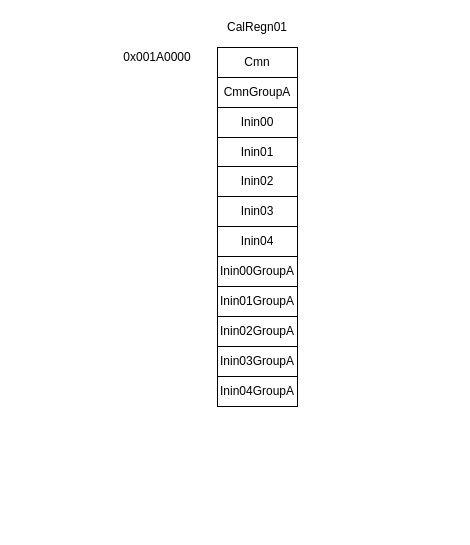
herder883/test keeps this draw.io diagram as Untitled Diagram.drawio. Above is the earlier version. Source tidied: cells renumbered, new cells numbered last; positions are measured from the earlier drawing's top-left corner, leaving out a move shared by most shapes. Both pictures are drawn from the tidied source at 100%, with x=0, y=0 at pixel (137, 17).
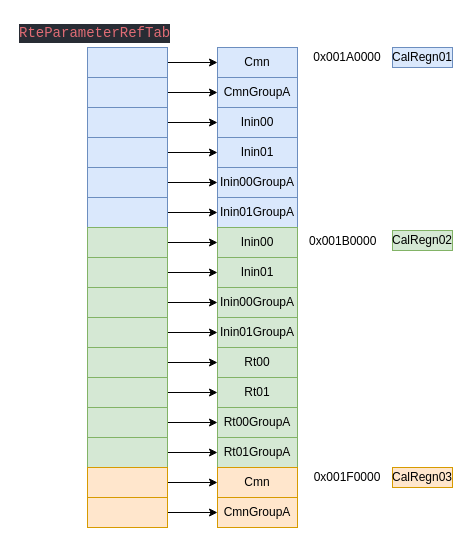
The same page after the edit.

Change to the diagram source:
```diff
@@
-    <mxCell id="2" value="Cmn" style="rounded=0;whiteSpace=wrap;html=1;imageWidth=29;imageHeight=30;" parent="1" vertex="1">
+    <mxCell id="2" value="Cmn" style="rounded=0;whiteSpace=wrap;html=1;imageWidth=29;imageHeight=30;fillColor=#dae8fc;strokeColor=#6c8ebf;" parent="1" vertex="1">
       <mxGeometry x="80" y="30" width="80" height="30" as="geometry" />
     </mxCell>
-    <mxCell id="3" value="CmnGroupA" style="rounded=0;whiteSpace=wrap;html=1;imageWidth=29;imageHeight=30;" parent="1" vertex="1">
+    <mxCell id="3" value="CmnGroupA" style="rounded=0;whiteSpace=wrap;html=1;imageWidth=29;imageHeight=30;fillColor=#dae8fc;strokeColor=#6c8ebf;" parent="1" vertex="1">
       <mxGeometry x="80" y="60" width="80" height="30" as="geometry" />
     </mxCell>
-    <mxCell id="4" value="Inin00" style="rounded=0;whiteSpace=wrap;html=1;imageWidth=29;imageHeight=30;" parent="1" vertex="1">
+    <mxCell id="4" value="Inin00" style="rounded=0;whiteSpace=wrap;html=1;imageWidth=29;imageHeight=30;fillColor=#dae8fc;strokeColor=#6c8ebf;" parent="1" vertex="1">
       <mxGeometry x="80" y="90" width="80" height="30" as="geometry" />
     </mxCell>
-    <mxCell id="5" value="Inin01" style="rounded=0;whiteSpace=wrap;html=1;imageWidth=29;imageHeight=30;" parent="1" vertex="1">
+    <mxCell id="5" value="Inin01" style="rounded=0;whiteSpace=wrap;html=1;imageWidth=29;imageHeight=30;fillColor=#dae8fc;strokeColor=#6c8ebf;" parent="1" vertex="1">
       <mxGeometry x="80" y="120" width="80" height="30" as="geometry" />
     </mxCell>
-    <mxCell id="6" value="Inin02" style="rounded=0;whiteSpace=wrap;html=1;imageWidth=29;imageHeight=30;" parent="1" vertex="1">
-      <mxGeometry x="80" y="149" width="80" height="30" as="geometry" />
-    </mxCell>
-    <mxCell id="7" value="Inin03" style="rounded=0;whiteSpace=wrap;html=1;imageWidth=29;imageHeight=30;" parent="1" vertex="1">
-      <mxGeometry x="80" y="179" width="80" height="30" as="geometry" />
-    </mxCell>
-    <mxCell id="8" value="Inin04" style="rounded=0;whiteSpace=wrap;html=1;imageWidth=29;imageHeight=30;" parent="1" vertex="1">
-      <mxGeometry x="80" y="209" width="80" height="30" as="geometry" />
-    </mxCell>
-    <mxCell id="9" value="Inin00GroupA" style="rounded=0;whiteSpace=wrap;html=1;imageWidth=29;imageHeight=30;" parent="1" vertex="1">
-      <mxGeometry x="80" y="239" width="80" height="30" as="geometry" />
+    <mxCell id="9" value="Inin00GroupA" style="rounded=0;whiteSpace=wrap;html=1;imageWidth=29;imageHeight=30;fillColor=#dae8fc;strokeColor=#6c8ebf;" parent="1" vertex="1">
+      <mxGeometry x="80" y="150" width="80" height="30" as="geometry" />
     </mxCell>
-    <mxCell id="10" value="Inin01GroupA" style="rounded=0;whiteSpace=wrap;html=1;imageWidth=29;imageHeight=30;" parent="1" vertex="1">
-      <mxGeometry x="80" y="269" width="80" height="30" as="geometry" />
+    <mxCell id="10" value="Inin01GroupA" style="rounded=0;whiteSpace=wrap;html=1;imageWidth=29;imageHeight=30;fillColor=#dae8fc;strokeColor=#6c8ebf;" parent="1" vertex="1">
+      <mxGeometry x="80" y="180" width="80" height="30" as="geometry" />
     </mxCell>
-    <mxCell id="11" value="Inin02GroupA" style="rounded=0;whiteSpace=wrap;html=1;imageWidth=29;imageHeight=30;" parent="1" vertex="1">
-      <mxGeometry x="80" y="299" width="80" height="30" as="geometry" />
-    </mxCell>
-    <mxCell id="12" value="Inin03GroupA" style="rounded=0;whiteSpace=wrap;html=1;imageWidth=29;imageHeight=30;" parent="1" vertex="1">
-      <mxGeometry x="80" y="329" width="80" height="30" as="geometry" />
-    </mxCell>
-    <mxCell id="13" value="Inin04GroupA" style="rounded=0;whiteSpace=wrap;html=1;imageWidth=29;imageHeight=30;arcSize=15;" parent="1" vertex="1">
-      <mxGeometry x="80" y="359" width="80" height="30" as="geometry" />
-    </mxCell>
     <mxCell id="14" value="0x001A0000" style="text;html=1;strokeColor=none;fillColor=none;align=center;verticalAlign=middle;whiteSpace=wrap;rounded=0;" parent="1" vertex="1">
-      <mxGeometry y="30" width="40" height="20" as="geometry" />
+      <mxGeometry x="190" y="30" width="40" height="20" as="geometry" />
     </mxCell>
-    <mxCell id="15" value="CalRegn01" style="text;html=1;strokeColor=none;fillColor=none;align=center;verticalAlign=middle;whiteSpace=wrap;rounded=0;" parent="1" vertex="1">
-      <mxGeometry x="90" width="60" height="20" as="geometry" />
+    <mxCell id="15" value="CalRegn01" style="text;html=1;strokeColor=#6c8ebf;fillColor=#dae8fc;align=center;verticalAlign=middle;whiteSpace=wrap;rounded=0;" parent="1" vertex="1">
+      <mxGeometry x="255" y="30" width="60" height="20" as="geometry" />
     </mxCell>
+    <mxCell id="16" value="&lt;div style=&quot;color: rgb(171, 178, 191); background-color: rgb(40, 44, 52); font-family: consolas, &amp;quot;courier new&amp;quot;, monospace; font-weight: normal; font-size: 14px; line-height: 19px;&quot;&gt;&lt;div&gt;&lt;span style=&quot;color: #e06c75&quot;&gt;RteParameterRefTab&lt;/span&gt;&lt;/div&gt;&lt;/div&gt;" style="text;whiteSpace=wrap;html=1;" parent="1" vertex="1">
+      <mxGeometry x="-120" width="150" height="30" as="geometry" />
+    </mxCell>
+    <mxCell id="17" value="Inin00" style="rounded=0;whiteSpace=wrap;html=1;imageWidth=29;imageHeight=30;fillColor=#d5e8d4;strokeColor=#82b366;" parent="1" vertex="1">
+      <mxGeometry x="80" y="210" width="80" height="30" as="geometry" />
+    </mxCell>
+    <mxCell id="18" value="Inin01" style="rounded=0;whiteSpace=wrap;html=1;imageWidth=29;imageHeight=30;fillColor=#d5e8d4;strokeColor=#82b366;" parent="1" vertex="1">
+      <mxGeometry x="80" y="240" width="80" height="30" as="geometry" />
+    </mxCell>
+    <mxCell id="19" value="Rt01GroupA" style="rounded=0;whiteSpace=wrap;html=1;imageWidth=29;imageHeight=30;fillColor=#d5e8d4;strokeColor=#82b366;" parent="1" vertex="1">
+      <mxGeometry x="80" y="420" width="80" height="30" as="geometry" />
+    </mxCell>
+    <mxCell id="20" value="Inin00GroupA" style="rounded=0;whiteSpace=wrap;html=1;imageWidth=29;imageHeight=30;fillColor=#d5e8d4;strokeColor=#82b366;" parent="1" vertex="1">
+      <mxGeometry x="80" y="270" width="80" height="30" as="geometry" />
+    </mxCell>
+    <mxCell id="21" value="Inin01GroupA" style="rounded=0;whiteSpace=wrap;html=1;imageWidth=29;imageHeight=30;fillColor=#d5e8d4;strokeColor=#82b366;" parent="1" vertex="1">
+      <mxGeometry x="80" y="300" width="80" height="30" as="geometry" />
+    </mxCell>
+    <mxCell id="22" value="Rt00" style="rounded=0;whiteSpace=wrap;html=1;imageWidth=29;imageHeight=30;fillColor=#d5e8d4;strokeColor=#82b366;" parent="1" vertex="1">
+      <mxGeometry x="80" y="330" width="80" height="30" as="geometry" />
+    </mxCell>
+    <mxCell id="23" value="Rt01" style="rounded=0;whiteSpace=wrap;html=1;imageWidth=29;imageHeight=30;fillColor=#d5e8d4;strokeColor=#82b366;" parent="1" vertex="1">
+      <mxGeometry x="80" y="360" width="80" height="30" as="geometry" />
+    </mxCell>
+    <mxCell id="24" value="Rt00GroupA" style="rounded=0;whiteSpace=wrap;html=1;imageWidth=29;imageHeight=30;arcSize=15;fillColor=#d5e8d4;strokeColor=#82b366;" parent="1" vertex="1">
+      <mxGeometry x="80" y="390" width="80" height="30" as="geometry" />
+    </mxCell>
+    <mxCell id="25" value="0x001B0000" style="text;whiteSpace=wrap;html=1;" parent="1" vertex="1">
+      <mxGeometry x="170" y="210" width="90" height="30" as="geometry" />
+    </mxCell>
+    <mxCell id="26" value="CalRegn02" style="text;html=1;strokeColor=#82b366;fillColor=#d5e8d4;align=center;verticalAlign=middle;whiteSpace=wrap;rounded=0;" parent="1" vertex="1">
+      <mxGeometry x="255" y="213" width="60" height="20" as="geometry" />
+    </mxCell>
+    <mxCell id="27" value="Cmn" style="rounded=0;whiteSpace=wrap;html=1;imageWidth=29;imageHeight=30;fillColor=#ffe6cc;strokeColor=#d79b00;" parent="1" vertex="1">
+      <mxGeometry x="80" y="450" width="80" height="30" as="geometry" />
+    </mxCell>
+    <mxCell id="28" value="CmnGroupA" style="rounded=0;whiteSpace=wrap;html=1;imageWidth=29;imageHeight=30;fillColor=#ffe6cc;strokeColor=#d79b00;" parent="1" vertex="1">
+      <mxGeometry x="80" y="480" width="80" height="30" as="geometry" />
+    </mxCell>
+    <mxCell id="29" value="0x001F0000" style="text;html=1;strokeColor=none;fillColor=none;align=center;verticalAlign=middle;whiteSpace=wrap;rounded=0;" parent="1" vertex="1">
+      <mxGeometry x="190" y="450" width="40" height="20" as="geometry" />
+    </mxCell>
+    <mxCell id="30" value="CalRegn03" style="text;html=1;strokeColor=#d79b00;fillColor=#ffe6cc;align=center;verticalAlign=middle;whiteSpace=wrap;rounded=0;" parent="1" vertex="1">
+      <mxGeometry x="255" y="450" width="60" height="20" as="geometry" />
+    </mxCell>
+    <mxCell id="31" style="edgeStyle=orthogonalEdgeStyle;rounded=0;jettySize=auto;html=1;exitX=1;exitY=0.5;exitDx=0;exitDy=0;entryX=0;entryY=0.5;entryDx=0;entryDy=0;" parent="1" edge="1" source="32" target="2">
+      <mxGeometry relative="1" as="geometry" />
+    </mxCell>
+    <mxCell id="32" style="rounded=0;whiteSpace=wrap;html=1;imageWidth=29;imageHeight=30;fillColor=#dae8fc;strokeColor=#6c8ebf;" parent="1" vertex="1">
+      <mxGeometry x="-50" y="30" width="80" height="30" as="geometry" />
+    </mxCell>
+    <mxCell id="33" style="edgeStyle=orthogonalEdgeStyle;rounded=0;jettySize=auto;html=1;exitX=1;exitY=0.5;exitDx=0;exitDy=0;entryX=0;entryY=0.5;entryDx=0;entryDy=0;" parent="1" edge="1" source="34" target="3">
+      <mxGeometry relative="1" as="geometry" />
+    </mxCell>
+    <mxCell id="34" style="rounded=0;whiteSpace=wrap;html=1;imageWidth=29;imageHeight=30;fillColor=#dae8fc;strokeColor=#6c8ebf;" parent="1" vertex="1">
+      <mxGeometry x="-50" y="60" width="80" height="30" as="geometry" />
+    </mxCell>
+    <mxCell id="35" style="edgeStyle=orthogonalEdgeStyle;rounded=0;jettySize=auto;html=1;exitX=1;exitY=0.5;exitDx=0;exitDy=0;entryX=0;entryY=0.5;entryDx=0;entryDy=0;" parent="1" edge="1" source="36" target="4">
+      <mxGeometry relative="1" as="geometry" />
+    </mxCell>
+    <mxCell id="36" style="rounded=0;whiteSpace=wrap;html=1;imageWidth=29;imageHeight=30;fillColor=#dae8fc;strokeColor=#6c8ebf;" parent="1" vertex="1">
+      <mxGeometry x="-50" y="90" width="80" height="30" as="geometry" />
+    </mxCell>
+    <mxCell id="37" style="edgeStyle=orthogonalEdgeStyle;rounded=0;jettySize=auto;html=1;exitX=1;exitY=0.5;exitDx=0;exitDy=0;entryX=0;entryY=0.5;entryDx=0;entryDy=0;" parent="1" edge="1" source="38" target="5">
+      <mxGeometry relative="1" as="geometry" />
+    </mxCell>
+    <mxCell id="38" style="rounded=0;whiteSpace=wrap;html=1;imageWidth=29;imageHeight=30;fillColor=#dae8fc;strokeColor=#6c8ebf;" parent="1" vertex="1">
+      <mxGeometry x="-50" y="120" width="80" height="30" as="geometry" />
+    </mxCell>
+    <mxCell id="39" style="edgeStyle=orthogonalEdgeStyle;rounded=0;jettySize=auto;html=1;exitX=1;exitY=0.5;exitDx=0;exitDy=0;entryX=0;entryY=0.5;entryDx=0;entryDy=0;" parent="1" edge="1" source="40" target="9">
+      <mxGeometry relative="1" as="geometry" />
+    </mxCell>
+    <mxCell id="40" style="rounded=0;whiteSpace=wrap;html=1;imageWidth=29;imageHeight=30;fillColor=#dae8fc;strokeColor=#6c8ebf;" parent="1" vertex="1">
+      <mxGeometry x="-50" y="150" width="80" height="30" as="geometry" />
+    </mxCell>
+    <mxCell id="41" style="edgeStyle=orthogonalEdgeStyle;rounded=0;jettySize=auto;html=1;exitX=1;exitY=0.5;exitDx=0;exitDy=0;entryX=0;entryY=0.5;entryDx=0;entryDy=0;" parent="1" edge="1" source="42" target="10">
+      <mxGeometry relative="1" as="geometry" />
+    </mxCell>
+    <mxCell id="42" style="rounded=0;whiteSpace=wrap;html=1;imageWidth=29;imageHeight=30;fillColor=#dae8fc;strokeColor=#6c8ebf;" parent="1" vertex="1">
+      <mxGeometry x="-50" y="180" width="80" height="30" as="geometry" />
+    </mxCell>
+    <mxCell id="43" style="edgeStyle=orthogonalEdgeStyle;rounded=0;jettySize=auto;html=1;exitX=1;exitY=0.5;exitDx=0;exitDy=0;entryX=0;entryY=0.5;entryDx=0;entryDy=0;" parent="1" edge="1" source="44" target="17">
+      <mxGeometry relative="1" as="geometry" />
+    </mxCell>
+    <mxCell id="44" style="rounded=0;whiteSpace=wrap;html=1;imageWidth=29;imageHeight=30;fillColor=#d5e8d4;strokeColor=#82b366;" parent="1" vertex="1">
+      <mxGeometry x="-50" y="210" width="80" height="30" as="geometry" />
+    </mxCell>
+    <mxCell id="45" style="edgeStyle=orthogonalEdgeStyle;rounded=0;jettySize=auto;html=1;exitX=1;exitY=0.5;exitDx=0;exitDy=0;entryX=0;entryY=0.5;entryDx=0;entryDy=0;" parent="1" edge="1" source="46" target="18">
+      <mxGeometry relative="1" as="geometry" />
+    </mxCell>
+    <mxCell id="46" style="rounded=0;whiteSpace=wrap;html=1;imageWidth=29;imageHeight=30;fillColor=#d5e8d4;strokeColor=#82b366;" parent="1" vertex="1">
+      <mxGeometry x="-50" y="240" width="80" height="30" as="geometry" />
+    </mxCell>
+    <mxCell id="47" style="edgeStyle=orthogonalEdgeStyle;rounded=0;jettySize=auto;html=1;exitX=1;exitY=0.5;exitDx=0;exitDy=0;entryX=0;entryY=0.5;entryDx=0;entryDy=0;" parent="1" edge="1" source="48" target="19">
+      <mxGeometry relative="1" as="geometry" />
+    </mxCell>
+    <mxCell id="48" style="rounded=0;whiteSpace=wrap;html=1;imageWidth=29;imageHeight=30;fillColor=#d5e8d4;strokeColor=#82b366;" parent="1" vertex="1">
+      <mxGeometry x="-50" y="420" width="80" height="30" as="geometry" />
+    </mxCell>
+    <mxCell id="49" style="edgeStyle=orthogonalEdgeStyle;rounded=0;jettySize=auto;html=1;exitX=1;exitY=0.5;exitDx=0;exitDy=0;entryX=0;entryY=0.5;entryDx=0;entryDy=0;" parent="1" edge="1" source="50" target="20">
+      <mxGeometry relative="1" as="geometry" />
+    </mxCell>
+    <mxCell id="50" style="rounded=0;whiteSpace=wrap;html=1;imageWidth=29;imageHeight=30;fillColor=#d5e8d4;strokeColor=#82b366;" parent="1" vertex="1">
+      <mxGeometry x="-50" y="270" width="80" height="30" as="geometry" />
+    </mxCell>
+    <mxCell id="51" style="edgeStyle=orthogonalEdgeStyle;rounded=0;jettySize=auto;html=1;exitX=1;exitY=0.5;exitDx=0;exitDy=0;entryX=0;entryY=0.5;entryDx=0;entryDy=0;" parent="1" edge="1" source="52" target="21">
+      <mxGeometry relative="1" as="geometry" />
+    </mxCell>
+    <mxCell id="52" style="rounded=0;whiteSpace=wrap;html=1;imageWidth=29;imageHeight=30;fillColor=#d5e8d4;strokeColor=#82b366;" parent="1" vertex="1">
+      <mxGeometry x="-50" y="300" width="80" height="30" as="geometry" />
+    </mxCell>
+    <mxCell id="53" style="edgeStyle=orthogonalEdgeStyle;rounded=0;jettySize=auto;html=1;exitX=1;exitY=0.5;exitDx=0;exitDy=0;entryX=0;entryY=0.5;entryDx=0;entryDy=0;" parent="1" edge="1" source="54" target="22">
+      <mxGeometry relative="1" as="geometry" />
+    </mxCell>
+    <mxCell id="54" style="rounded=0;whiteSpace=wrap;html=1;imageWidth=29;imageHeight=30;fillColor=#d5e8d4;strokeColor=#82b366;" parent="1" vertex="1">
+      <mxGeometry x="-50" y="330" width="80" height="30" as="geometry" />
+    </mxCell>
+    <mxCell id="55" style="edgeStyle=orthogonalEdgeStyle;rounded=0;jettySize=auto;html=1;exitX=1;exitY=0.5;exitDx=0;exitDy=0;entryX=0;entryY=0.5;entryDx=0;entryDy=0;" parent="1" edge="1" source="56" target="23">
+      <mxGeometry relative="1" as="geometry" />
+    </mxCell>
+    <mxCell id="56" style="rounded=0;whiteSpace=wrap;html=1;imageWidth=29;imageHeight=30;fillColor=#d5e8d4;strokeColor=#82b366;" parent="1" vertex="1">
+      <mxGeometry x="-50" y="360" width="80" height="30" as="geometry" />
+    </mxCell>
+    <mxCell id="57" style="edgeStyle=orthogonalEdgeStyle;rounded=0;jettySize=auto;html=1;exitX=1;exitY=0.5;exitDx=0;exitDy=0;" parent="1" edge="1" source="58" target="24">
+      <mxGeometry relative="1" as="geometry" />
+    </mxCell>
+    <mxCell id="58" style="rounded=0;whiteSpace=wrap;html=1;imageWidth=29;imageHeight=30;arcSize=15;fillColor=#d5e8d4;strokeColor=#82b366;" parent="1" vertex="1">
+      <mxGeometry x="-50" y="390" width="80" height="30" as="geometry" />
+    </mxCell>
+    <mxCell id="59" style="edgeStyle=orthogonalEdgeStyle;rounded=0;jettySize=auto;html=1;exitX=1;exitY=0.5;exitDx=0;exitDy=0;entryX=0;entryY=0.5;entryDx=0;entryDy=0;" parent="1" edge="1" source="60" target="27">
+      <mxGeometry relative="1" as="geometry" />
+    </mxCell>
+    <mxCell id="60" style="rounded=0;whiteSpace=wrap;html=1;imageWidth=29;imageHeight=30;fillColor=#ffe6cc;strokeColor=#d79b00;" parent="1" vertex="1">
+      <mxGeometry x="-50" y="450" width="80" height="30" as="geometry" />
+    </mxCell>
+    <mxCell id="61" style="edgeStyle=orthogonalEdgeStyle;rounded=0;jettySize=auto;html=1;exitX=1;exitY=0.5;exitDx=0;exitDy=0;" parent="1" edge="1" source="62" target="28">
+      <mxGeometry relative="1" as="geometry" />
+    </mxCell>
+    <mxCell id="62" style="rounded=0;whiteSpace=wrap;html=1;imageWidth=29;imageHeight=30;fillColor=#ffe6cc;strokeColor=#d79b00;" parent="1" vertex="1">
+      <mxGeometry x="-50" y="480" width="80" height="30" as="geometry" />
+    </mxCell>
```
